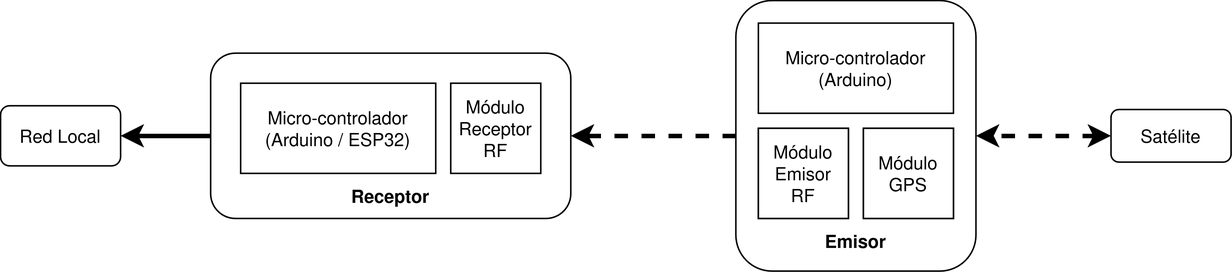
This is img/diag1.png from nesktf/lora_gps_tracking, a draw.io export, as it was before one commit. Source tidied: cells renumbered, new cells last; positions are measured from the earlier drawing's top-left corner, leaving out a move shared by most shapes. Source of this version:
```xml
<mxGraphModel>
  <root>
    <mxCell id="0" />
    <mxCell id="1" parent="0" />
    <mxCell id="2" style="group;" parent="1" vertex="1">
      <mxGeometry x="490" width="160" height="180" as="geometry" />
    </mxCell>
    <mxCell id="3" style="rounded=1;whiteSpace=wrap;html=1;" parent="2" vertex="1">
      <mxGeometry width="160" height="180" as="geometry" />
    </mxCell>
    <mxCell id="4" style="rounded=0;whiteSpace=wrap;html=1;" parent="2" vertex="1">
      <mxGeometry x="85" y="85" width="60" height="60" as="geometry" />
    </mxCell>
    <mxCell id="5" style="rounded=0;whiteSpace=wrap;html=1;" parent="2" vertex="1">
      <mxGeometry x="15" y="85" width="60" height="60" as="geometry" />
    </mxCell>
    <mxCell id="6" value="&lt;div&gt;Micro-controlador&lt;/div&gt;&lt;div&gt;(Arduino)&lt;/div&gt;" style="rounded=0;whiteSpace=wrap;html=1;" parent="2" vertex="1">
      <mxGeometry x="15" y="15" width="130" height="60" as="geometry" />
    </mxCell>
    <mxCell id="7" value="&lt;div&gt;Módulo&lt;/div&gt;&lt;div&gt;GPS&lt;br&gt;&lt;/div&gt;" style="rounded=0;whiteSpace=wrap;html=1;" parent="2" vertex="1">
      <mxGeometry x="85" y="85" width="60" height="60" as="geometry" />
    </mxCell>
    <mxCell id="8" value="&lt;div&gt;Módulo Emisor&lt;/div&gt;&lt;div&gt;RF&lt;br&gt;&lt;/div&gt;" style="rounded=0;whiteSpace=wrap;html=1;" parent="2" vertex="1">
      <mxGeometry x="15" y="85" width="60" height="60" as="geometry" />
    </mxCell>
    <mxCell id="9" value="&lt;b&gt;Emisor&lt;/b&gt;" style="text;html=1;align=center;verticalAlign=middle;whiteSpace=wrap;rounded=0;" parent="2" vertex="1">
      <mxGeometry x="50" y="145" width="60" height="30" as="geometry" />
    </mxCell>
    <mxCell id="10" style="group;fillColor=none;" parent="1" vertex="1">
      <mxGeometry x="140" y="35" width="240" height="110" as="geometry" />
    </mxCell>
    <mxCell id="11" style="rounded=1;whiteSpace=wrap;html=1;" parent="10" vertex="1">
      <mxGeometry width="240" height="110" as="geometry" />
    </mxCell>
    <mxCell id="12" value="Módulo Receptor RF" style="rounded=0;whiteSpace=wrap;html=1;" parent="10" vertex="1">
      <mxGeometry x="160" y="20" width="60" height="60" as="geometry" />
    </mxCell>
    <mxCell id="13" value="&lt;div&gt;Micro-controlador&lt;/div&gt;&lt;div&gt;(Arduino / ESP32)&lt;br&gt;&lt;/div&gt;" style="rounded=0;whiteSpace=wrap;html=1;" parent="10" vertex="1">
      <mxGeometry x="20" y="20" width="130" height="60" as="geometry" />
    </mxCell>
    <mxCell id="14" value="&lt;b&gt;Receptor&lt;/b&gt;" style="text;html=1;align=center;verticalAlign=middle;whiteSpace=wrap;rounded=0;" parent="10" vertex="1">
      <mxGeometry x="90" y="80" width="60" height="30" as="geometry" />
    </mxCell>
    <mxCell id="15" style="edgeStyle=orthogonalEdgeStyle;rounded=0;jettySize=auto;html=1;strokeWidth=3;dashed=1;" parent="1" edge="1" source="3" target="11">
      <mxGeometry relative="1" as="geometry" />
    </mxCell>
    <mxCell id="16" style="edgeStyle=orthogonalEdgeStyle;rounded=0;jettySize=auto;html=1;strokeWidth=3;startArrow=classic;startFill=1;dashed=1;" parent="1" edge="1" source="17" target="3">
      <mxGeometry relative="1" as="geometry" />
    </mxCell>
    <mxCell id="17" value="Satélite" style="rounded=1;whiteSpace=wrap;html=1;" parent="1" vertex="1">
      <mxGeometry x="740" y="72.5" width="80" height="35" as="geometry" />
    </mxCell>
    <mxCell id="18" value="Red Local" style="rounded=1;whiteSpace=wrap;html=1;fillColor=none;" parent="1" vertex="1">
      <mxGeometry y="70" width="80" height="40" as="geometry" />
    </mxCell>
    <mxCell id="19" style="edgeStyle=orthogonalEdgeStyle;rounded=0;jettySize=auto;html=1;strokeWidth=3;" parent="1" edge="1" source="11" target="18">
      <mxGeometry relative="1" as="geometry" />
    </mxCell>
  </root>
</mxGraphModel>
```
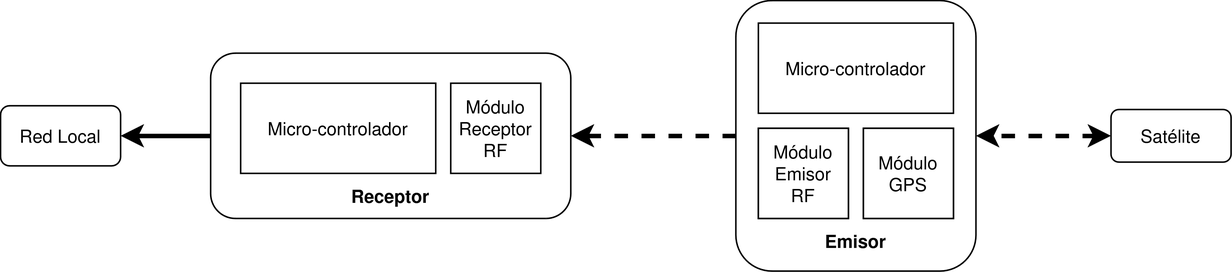
The same diagram one commit later.

Change to the diagram source:
```diff
@@ -14,9 +14,9 @@
     <mxCell id="5" style="rounded=0;whiteSpace=wrap;html=1;" parent="2" vertex="1">
       <mxGeometry x="15" y="85" width="60" height="60" as="geometry" />
     </mxCell>
-    <mxCell id="6" value="&lt;div&gt;Micro-controlador&lt;/div&gt;&lt;div&gt;(Arduino)&lt;/div&gt;" style="rounded=0;whiteSpace=wrap;html=1;" parent="2" vertex="1">
-      <mxGeometry x="15" y="15" width="130" height="60" as="geometry" />
-    </mxCell>
+    <mxCell id="20" value="&lt;div&gt;Micro-controlador&lt;/div&gt;" style="rounded=0;whiteSpace=wrap;html=1;" parent="2" vertex="1">
+      <mxGeometry x="15" y="15" width="130" height="60" as="geometry" />
+    </mxCell>
     <mxCell id="7" value="&lt;div&gt;Módulo&lt;/div&gt;&lt;div&gt;GPS&lt;br&gt;&lt;/div&gt;" style="rounded=0;whiteSpace=wrap;html=1;" parent="2" vertex="1">
       <mxGeometry x="85" y="85" width="60" height="60" as="geometry" />
     </mxCell>
@@ -35,9 +35,9 @@
     <mxCell id="12" value="Módulo Receptor RF" style="rounded=0;whiteSpace=wrap;html=1;" parent="10" vertex="1">
       <mxGeometry x="160" y="20" width="60" height="60" as="geometry" />
     </mxCell>
-    <mxCell id="13" value="&lt;div&gt;Micro-controlador&lt;/div&gt;&lt;div&gt;(Arduino / ESP32)&lt;br&gt;&lt;/div&gt;" style="rounded=0;whiteSpace=wrap;html=1;" parent="10" vertex="1">
-      <mxGeometry x="20" y="20" width="130" height="60" as="geometry" />
-    </mxCell>
+    <mxCell id="21" value="&lt;div&gt;Micro-controlador&lt;/div&gt;" style="rounded=0;whiteSpace=wrap;html=1;" parent="10" vertex="1">
+      <mxGeometry x="20" y="20" width="130" height="60" as="geometry" />
+    </mxCell>
     <mxCell id="14" value="&lt;b&gt;Receptor&lt;/b&gt;" style="text;html=1;align=center;verticalAlign=middle;whiteSpace=wrap;rounded=0;" parent="10" vertex="1">
       <mxGeometry x="90" y="80" width="60" height="30" as="geometry" />
     </mxCell>
```
